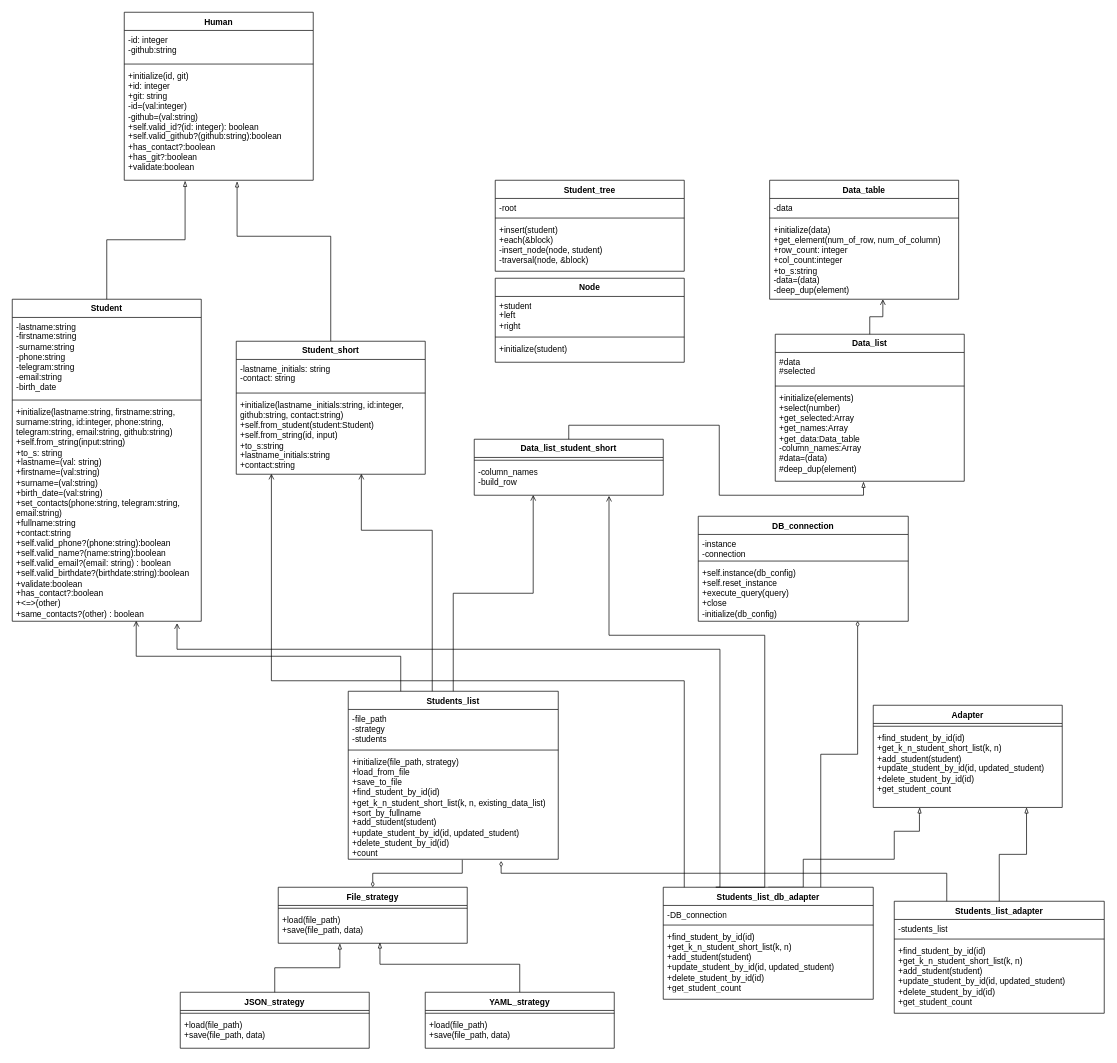
This is Students/Students.drawio from avtss/Patterns, a draw.io file, before an edit. Source tidied: cells renumbered, new cells numbered last; positions are measured from the earlier drawing's top-left corner, leaving out a move shared by most shapes. Both pictures are drawn from the tidied source at 70%, with x=0, y=0 at pixel (12, 12).
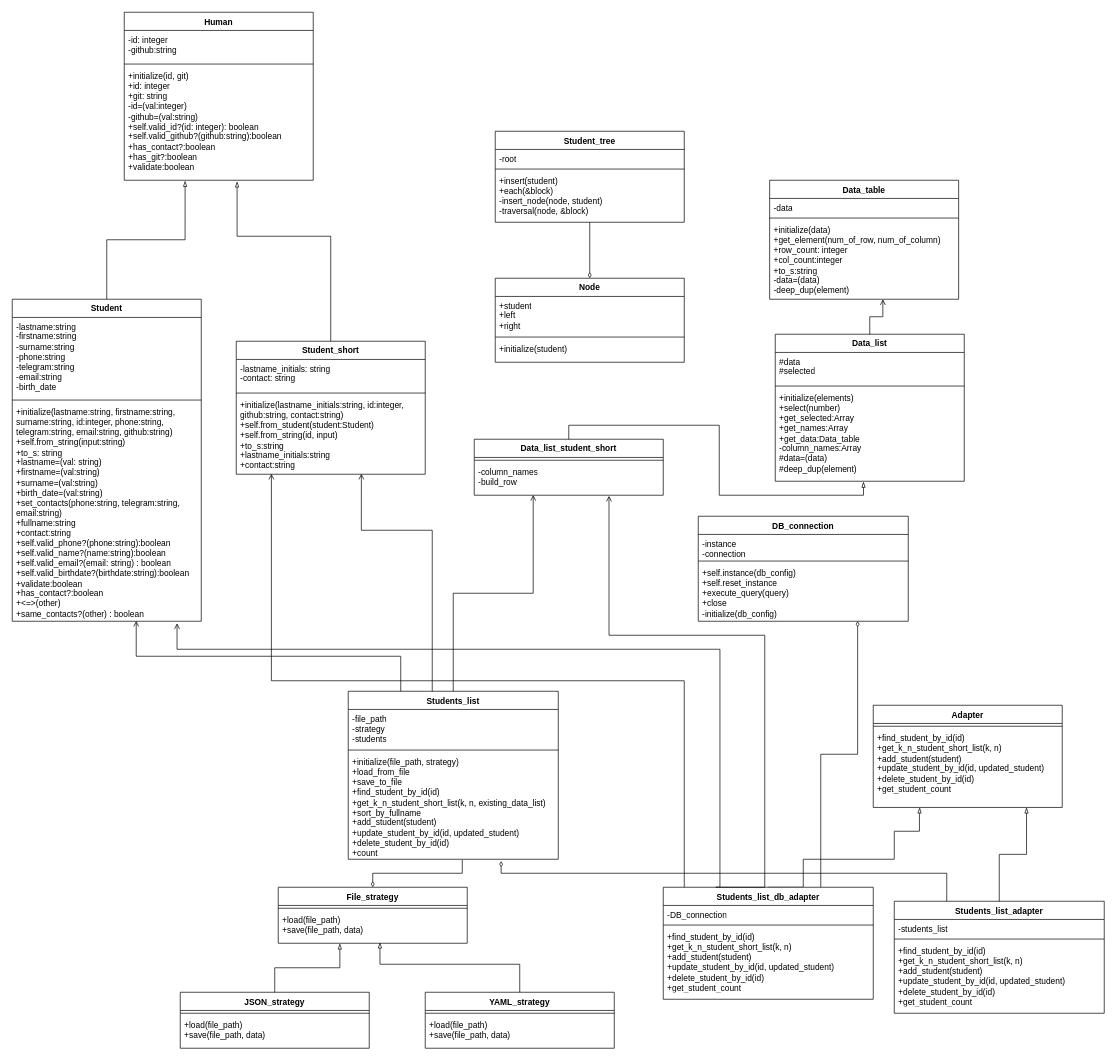
Above is the later version.

Commit message (it also covers changes not shown here):
Lab4. Fixed class diagram

Unchanged cells that the change refers to:
```xml
<mxCell id="36" value="Node" style="swimlane;fontStyle=1;align=center;verticalAlign=top;horizontal=1;startSize=26;whiteSpace=wrap;html=1;" parent="1" vertex="1">
  <mxGeometry x="690" y="380" width="270" height="120" as="geometry" />
</mxCell>
```

Diff of the diagram source:
```diff
@@
+    <mxCell id="78" style="edgeStyle=orthogonalEdgeStyle;rounded=0;jettySize=auto;html=1;entryX=0.5;entryY=0;entryDx=0;entryDy=0;endArrow=diamondThin;endFill=0;" parent="1" edge="1" source="32" target="36">
+      <mxGeometry relative="1" as="geometry" />
+    </mxCell>
     <mxCell id="32" value="Student_tree" style="swimlane;fontStyle=1;align=center;verticalAlign=top;horizontal=1;startSize=26;whiteSpace=wrap;html=1;" parent="1" vertex="1">
-      <mxGeometry x="690" y="240" width="270" height="130" as="geometry" />
+      <mxGeometry x="690" y="170" width="270" height="130" as="geometry" />
     </mxCell>
```
